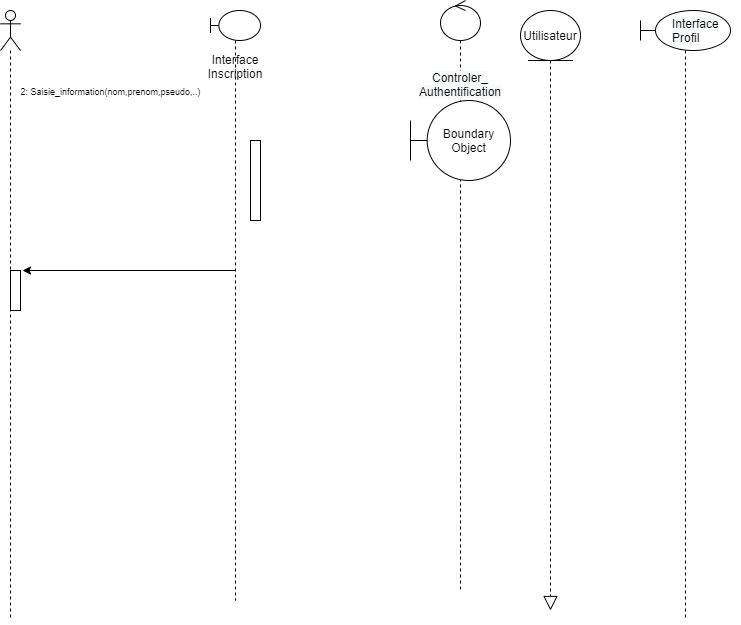
This is Authentification.png from SarraISMAIL/ScrapeIT, a draw.io export, as it was before one commit. Source tidied: cells renumbered, new cells last; positions are measured from the earlier drawing's top-left corner, leaving out a move shared by most shapes.
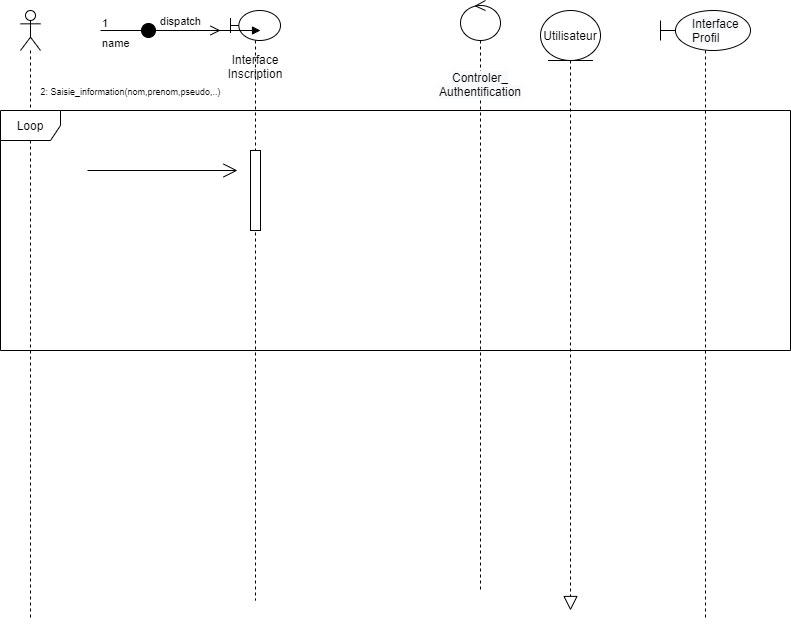
Later version of the same file.

What changed in the source:
```diff
@@ -5,21 +5,15 @@
     <mxCell id="2" style="shape=umlLifeline;participant=umlActor;perimeter=lifelinePerimeter;whiteSpace=wrap;html=1;verticalAlign=top;spacingTop=36;" parent="1" vertex="1">
       <mxGeometry y="10" width="20" height="610" as="geometry" />
     </mxCell>
-    <mxCell id="3" style="html=1;points=[];perimeter=orthogonalPerimeter;" parent="1" vertex="1">
-      <mxGeometry x="10" y="270" width="10" height="40" as="geometry" />
-    </mxCell>
-    <mxCell id="4" style="html=1;perimeter=orthogonalPerimeter;" parent="1" vertex="1">
-      <mxGeometry x="250" y="140" width="10" height="80" as="geometry" />
-    </mxCell>
-    <mxCell id="5" style="endArrow=classic;html=1;entryX=1.2;entryY=0;entryDx=0;entryDy=0;entryPerimeter=0;" parent="1" edge="1" source="7" target="3">
-      <mxGeometry relative="1" as="geometry" />
-    </mxCell>
     <mxCell id="6" value="&lt;font style=&quot;font-size: 9px&quot;&gt;2: Saisie_information(nom,prenom,pseudo,..)&lt;/font&gt;" style="text;html=1;align=center;verticalAlign=middle;" parent="1" vertex="1">
       <mxGeometry x="10" y="80" width="200" height="20" as="geometry" />
     </mxCell>
     <mxCell id="7" value="Interface Inscription" style="shape=umlLifeline;participant=umlBoundary;perimeter=lifelinePerimeter;whiteSpace=wrap;html=1;verticalAlign=top;spacingTop=36;outlineConnect=0;size=30;" parent="1" vertex="1">
       <mxGeometry x="210" y="10" width="50" height="590" as="geometry" />
     </mxCell>
+    <mxCell id="4" style="html=1;perimeter=orthogonalPerimeter;" parent="7" vertex="1">
+      <mxGeometry x="20" y="140" width="10" height="80" as="geometry" />
+    </mxCell>
     <mxCell id="8" value="&#10;&#10;&lt;span style=&quot;color: rgb(0, 0, 0); font-family: helvetica; font-size: 12px; font-style: normal; font-weight: 400; letter-spacing: normal; text-align: center; text-indent: 0px; text-transform: none; word-spacing: 0px; background-color: rgb(248, 249, 250); display: inline; float: none;&quot;&gt;Controler_&lt;/span&gt;&lt;br style=&quot;color: rgb(0, 0, 0); font-family: helvetica; font-size: 12px; font-style: normal; font-weight: 400; letter-spacing: normal; text-align: center; text-indent: 0px; text-transform: none; word-spacing: 0px; background-color: rgb(248, 249, 250);&quot;&gt;&lt;span style=&quot;color: rgb(0, 0, 0); font-family: helvetica; font-size: 12px; font-style: normal; font-weight: 400; letter-spacing: normal; text-align: center; text-indent: 0px; text-transform: none; word-spacing: 0px; background-color: rgb(248, 249, 250); display: inline; float: none;&quot;&gt;Authentification&lt;/span&gt;&#10;&#10;" style="shape=umlLifeline;participant=umlControl;perimeter=lifelinePerimeter;whiteSpace=wrap;html=1;verticalAlign=top;spacingTop=36;" parent="1" vertex="1">
       <mxGeometry x="440" width="40" height="590" as="geometry" />
     </mxCell>
@@ -31,14 +25,35 @@
         <mxPoint x="550" y="610" as="targetPoint" />
       </mxGeometry>
     </mxCell>
-    <mxCell id="11" value="Boundary Object" style="shape=umlBoundary;whiteSpace=wrap;html=1;" parent="1" vertex="1">
-      <mxGeometry x="410" y="100" width="100" height="80" as="geometry" />
-    </mxCell>
     <mxCell id="12" style="shape=umlLifeline;participant=umlBoundary;perimeter=lifelinePerimeter;whiteSpace=wrap;html=1;verticalAlign=top;spacingTop=36;" parent="1" vertex="1">
       <mxGeometry x="640" y="10" width="90" height="610" as="geometry" />
     </mxCell>
     <mxCell id="13" value="&lt;span style=&quot;color: rgb(0, 0, 0); font-size: 12px; font-style: normal; font-weight: 400; letter-spacing: normal; text-align: center; text-indent: 0px; text-transform: none; word-spacing: 0px; font-family: helvetica; background-color: rgb(248, 249, 250); display: inline; float: none;&quot;&gt;Interface Profil&lt;/span&gt;&lt;br style=&quot;color: rgb(0, 0, 0); font-size: 12px; font-style: normal; font-weight: 400; letter-spacing: normal; text-align: center; text-indent: 0px; text-transform: none; word-spacing: 0px; font-family: helvetica; background-color: rgb(248, 249, 250);&quot;&gt;&lt;br style=&quot;color: rgb(0, 0, 0); font-size: 12px; font-style: normal; font-weight: 400; letter-spacing: normal; text-align: center; text-indent: 0px; text-transform: none; word-spacing: 0px; font-family: helvetica; background-color: rgb(248, 249, 250);&quot;&gt;" style="text;whiteSpace=wrap;html=1;" parent="12" vertex="1">
       <mxGeometry x="30" width="70" height="50" as="geometry" />
     </mxCell>
+    <mxCell id="14" value="Loop" style="shape=umlFrame;whiteSpace=wrap;html=1;" parent="1" vertex="1">
+      <mxGeometry x="-20" y="110" width="790" height="240" as="geometry" />
+    </mxCell>
+    <mxCell id="15" value="name" style="endArrow=block;endFill=1;html=1;edgeStyle=orthogonalEdgeStyle;align=left;verticalAlign=top;" parent="1" edge="1">
+      <mxGeometry x="-1" relative="1" as="geometry">
+        <mxPoint x="80" y="30" as="sourcePoint" />
+        <mxPoint x="240" y="30" as="targetPoint" />
+      </mxGeometry>
+    </mxCell>
+    <mxCell id="16" value="1" style="edgeLabel;html=1;align=left;verticalAlign=bottom;" parent="15" vertex="1">
+      <mxGeometry x="-1" relative="1" as="geometry" />
+    </mxCell>
+    <mxCell id="17" value="dispatch" style="html=1;verticalAlign=bottom;startArrow=circle;startFill=1;endArrow=open;startSize=6;endSize=8;" parent="1" edge="1">
+      <mxGeometry relative="1" as="geometry">
+        <mxPoint x="120" y="30" as="sourcePoint" />
+        <mxPoint x="200" y="30" as="targetPoint" />
+      </mxGeometry>
+    </mxCell>
+    <mxCell id="18" style="endArrow=open;endFill=1;endSize=12;html=1;" parent="1" edge="1">
+      <mxGeometry relative="1" as="geometry">
+        <mxPoint x="67" y="170" as="sourcePoint" />
+        <mxPoint x="217" y="170" as="targetPoint" />
+      </mxGeometry>
+    </mxCell>
   </root>
 </mxGraphModel>
```
